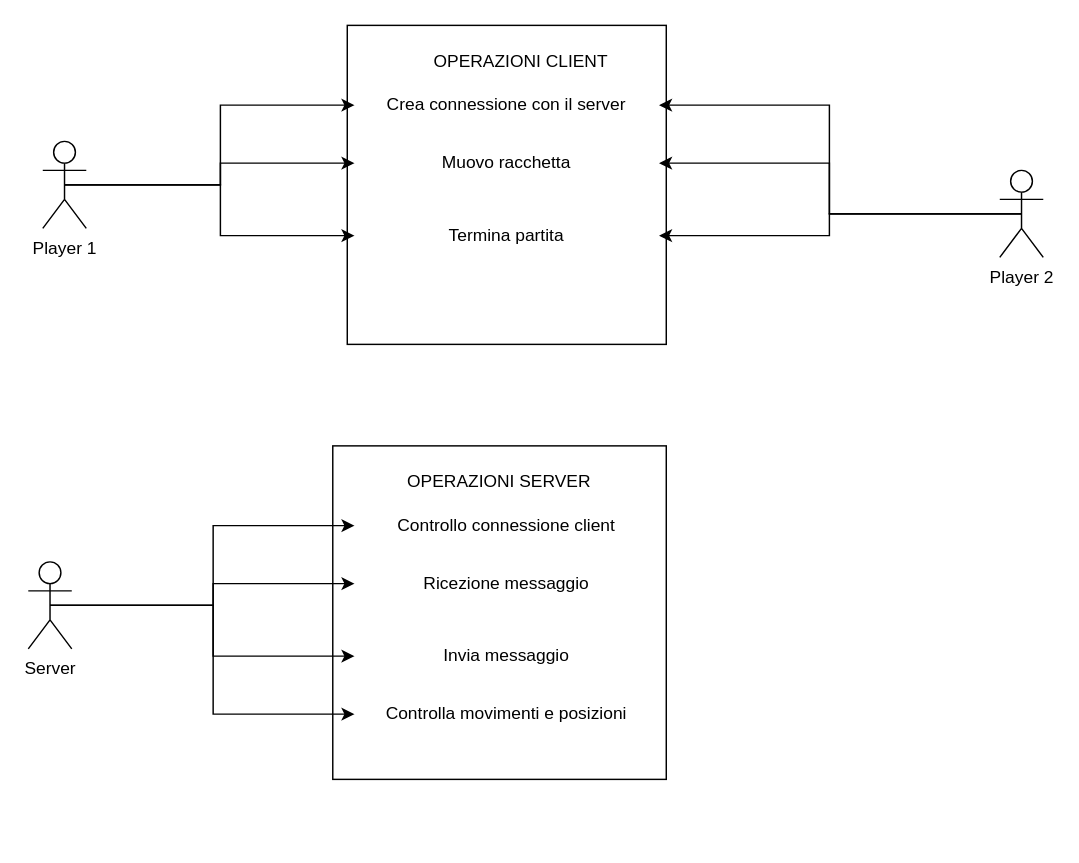
The draw.io diagram docs/UML/UML-useCase.drawio in lucabertiato/PongBertiatoRadice, before the edit. Source tidied: cells renumbered, new cells numbered last; positions are measured from the earlier drawing's top-left corner, leaving out a move shared by most shapes. Both pictures are drawn from the tidied source at 145%, with x=0, y=0 at pixel (28, 25).
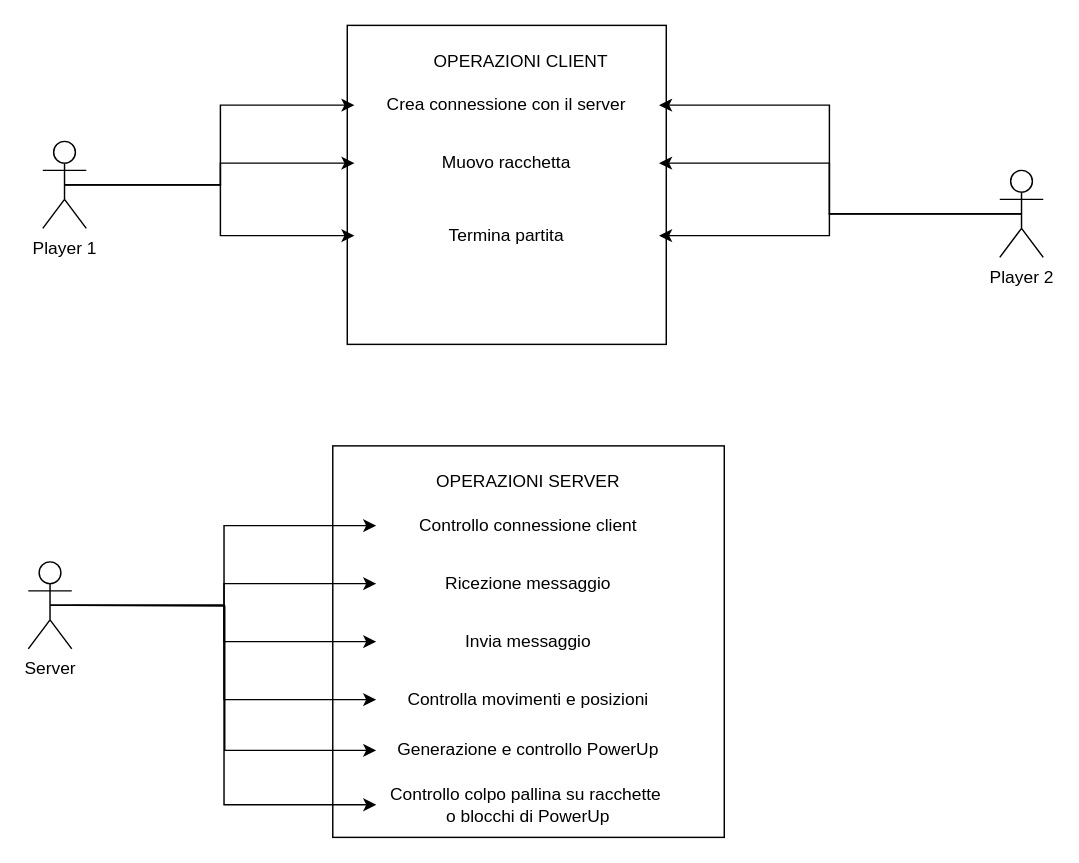
The same page after the edit.

Commit message (it also covers changes not shown here):
Aggiornamento della documentazione UML per il classDiagram e per lo useCaseDiagram

The change refers to these unchanged cells:
```xml
<mxCell id="23" value="Server" style="shape=umlActor;verticalLabelPosition=bottom;verticalAlign=top;html=1;outlineConnect=0;" parent="1" vertex="1">
  <mxGeometry y="370" width="30" height="60" as="geometry" />
</mxCell>
```

Change to the diagram source:
```diff
@@
-    <mxCell id="15" style="whiteSpace=wrap;html=1;" parent="1" vertex="1">
-      <mxGeometry x="210" y="290" width="230" height="230" as="geometry" />
-    </mxCell>
+    <mxCell id="27" style="whiteSpace=wrap;html=1;" parent="1" vertex="1">
+      <mxGeometry x="210" y="290" width="270" height="270" as="geometry" />
+    </mxCell>
     <mxCell id="16" value="OPERAZIONI SERVER" style="text;html=1;strokeColor=none;fillColor=none;align=center;verticalAlign=middle;whiteSpace=wrap;rounded=0;" parent="1" vertex="1">
-      <mxGeometry x="245" y="300" width="160" height="30" as="geometry" />
+      <mxGeometry x="265" y="300" width="160" height="30" as="geometry" />
     </mxCell>
     <mxCell id="17" value="Controllo connessione client" style="text;html=1;strokeColor=none;fillColor=none;align=center;verticalAlign=middle;whiteSpace=wrap;rounded=0;" parent="1" vertex="1">
-      <mxGeometry x="225" y="330" width="210" height="30" as="geometry" />
+      <mxGeometry x="240" y="330" width="210" height="30" as="geometry" />
     </mxCell>
     <mxCell id="18" value="Ricezione messaggio" style="text;html=1;strokeColor=none;fillColor=none;align=center;verticalAlign=middle;whiteSpace=wrap;rounded=0;" parent="1" vertex="1">
-      <mxGeometry x="225" y="370" width="210" height="30" as="geometry" />
+      <mxGeometry x="240" y="370" width="210" height="30" as="geometry" />
     </mxCell>
     <mxCell id="19" value="Invia messaggio" style="text;html=1;strokeColor=none;fillColor=none;align=center;verticalAlign=middle;whiteSpace=wrap;rounded=0;" parent="1" vertex="1">
-      <mxGeometry x="225" y="420" width="210" height="30" as="geometry" />
+      <mxGeometry x="240" y="410" width="210" height="30" as="geometry" />
     </mxCell>
     <mxCell id="20" value="Controlla movimenti e posizioni" style="text;html=1;strokeColor=none;fillColor=none;align=center;verticalAlign=middle;whiteSpace=wrap;rounded=0;" parent="1" vertex="1">
-      <mxGeometry x="225" y="460" width="210" height="30" as="geometry" />
+      <mxGeometry x="240" y="450" width="210" height="30" as="geometry" />
     </mxCell>
@@
+    <mxCell id="28" style="edgeStyle=orthogonalEdgeStyle;rounded=0;jettySize=auto;html=1;entryX=0;entryY=0.5;entryDx=0;entryDy=0;" parent="1" edge="1" target="30">
+      <mxGeometry relative="1" as="geometry">
+        <mxPoint x="30" y="400" as="sourcePoint" />
+      </mxGeometry>
+    </mxCell>
+    <mxCell id="29" style="edgeStyle=orthogonalEdgeStyle;rounded=0;jettySize=auto;html=1;exitX=0.5;exitY=0.5;exitDx=0;exitDy=0;exitPerimeter=0;entryX=0;entryY=0.5;entryDx=0;entryDy=0;" parent="1" edge="1" source="23" target="31">
+      <mxGeometry relative="1" as="geometry" />
+    </mxCell>
@@
+    <mxCell id="30" value="Generazione e controllo PowerUp" style="text;html=1;strokeColor=none;fillColor=none;align=center;verticalAlign=middle;whiteSpace=wrap;rounded=0;" parent="1" vertex="1">
+      <mxGeometry x="240" y="485" width="210" height="30" as="geometry" />
+    </mxCell>
+    <mxCell id="31" value="Controllo colpo pallina su racchette&amp;nbsp;&lt;br&gt;o blocchi di PowerUp" style="text;html=1;strokeColor=none;fillColor=none;align=center;verticalAlign=middle;whiteSpace=wrap;rounded=0;" parent="1" vertex="1">
+      <mxGeometry x="240" y="515" width="210" height="45" as="geometry" />
+    </mxCell>
```
